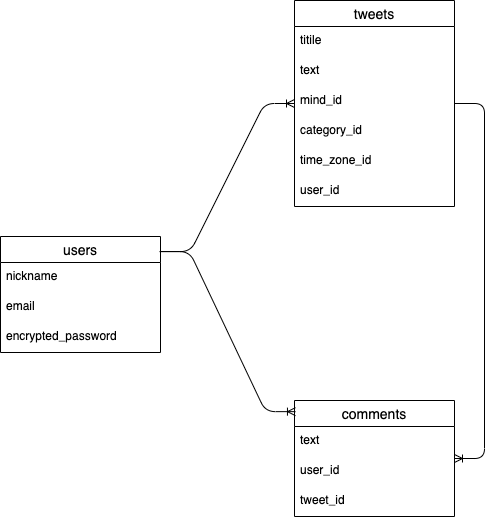
Earlier version of the draw.io export app/controllers/nemuru.drawio.png (yuki-brave/nemuru). Source tidied: cells renumbered, new cells last; positions are measured from the earlier drawing's top-left corner, leaving out a move shared by most shapes.
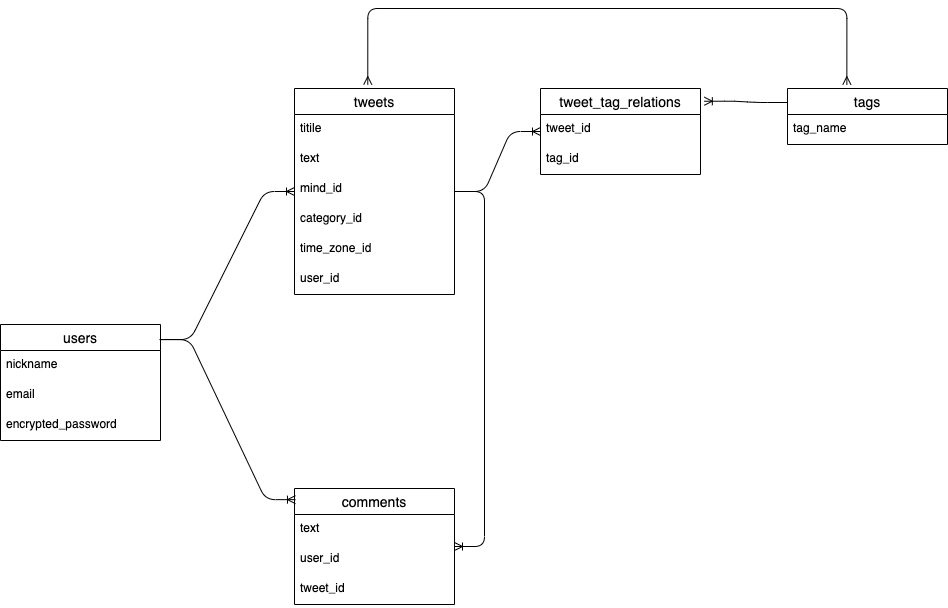
After the change.

Commit message:
tagsテーブルの追加

The edit, as a diff of the source:
```diff
@@ -56,5 +56,34 @@
     <mxCell id="19" style="edgeStyle=entityRelationEdgeStyle;fontSize=12;html=1;endArrow=ERoneToMany;" parent="1" edge="1" source="6" target="14">
       <mxGeometry relative="1" as="geometry" />
     </mxCell>
+    <mxCell id="20" value="tags" style="swimlane;fontStyle=0;horizontal=1;startSize=26;align=center;fontSize=14;" parent="1" vertex="1">
+      <mxGeometry x="787" width="160" height="56" as="geometry" />
+    </mxCell>
+    <mxCell id="21" value="tag_name" style="text;strokeColor=none;fillColor=none;spacingLeft=4;spacingRight=4;overflow=hidden;fontSize=12;" parent="20" vertex="1">
+      <mxGeometry y="26" width="160" height="30" as="geometry" />
+    </mxCell>
+    <mxCell id="22" style="edgeStyle=orthogonalEdgeStyle;fontSize=12;html=1;endArrow=ERmany;startArrow=ERmany;exitX=0.458;exitY=-0.019;exitDx=0;exitDy=0;exitPerimeter=0;entryX=0.371;entryY=-0.069;entryDx=0;entryDy=0;entryPerimeter=0;" parent="1" edge="1" source="6" target="20">
+      <mxGeometry relative="1" as="geometry">
+        <Array as="points">
+          <mxPoint x="367" y="-80" />
+          <mxPoint x="846" y="-80" />
+        </Array>
+      </mxGeometry>
+    </mxCell>
+    <mxCell id="23" value="tweet_tag_relations" style="swimlane;fontStyle=0;horizontal=1;startSize=26;align=center;fontSize=14;" parent="1" vertex="1">
+      <mxGeometry x="540" width="160" height="86" as="geometry" />
+    </mxCell>
+    <mxCell id="24" value="tweet_id" style="text;strokeColor=none;fillColor=none;spacingLeft=4;spacingRight=4;overflow=hidden;fontSize=12;" parent="23" vertex="1">
+      <mxGeometry y="26" width="160" height="30" as="geometry" />
+    </mxCell>
+    <mxCell id="25" value="tag_id" style="text;strokeColor=none;fillColor=none;spacingLeft=4;spacingRight=4;overflow=hidden;fontSize=12;" parent="23" vertex="1">
+      <mxGeometry y="56" width="160" height="30" as="geometry" />
+    </mxCell>
+    <mxCell id="26" style="edgeStyle=entityRelationEdgeStyle;fontSize=12;html=1;endArrow=ERoneToMany;exitX=0;exitY=0.25;exitDx=0;exitDy=0;entryX=1.024;entryY=0.148;entryDx=0;entryDy=0;entryPerimeter=0;" parent="1" edge="1" source="20" target="23">
+      <mxGeometry relative="1" as="geometry" />
+    </mxCell>
+    <mxCell id="27" style="edgeStyle=entityRelationEdgeStyle;fontSize=12;html=1;endArrow=ERoneToMany;" parent="1" edge="1" source="6" target="23">
+      <mxGeometry relative="1" as="geometry" />
+    </mxCell>
   </root>
 </mxGraphModel>
```
